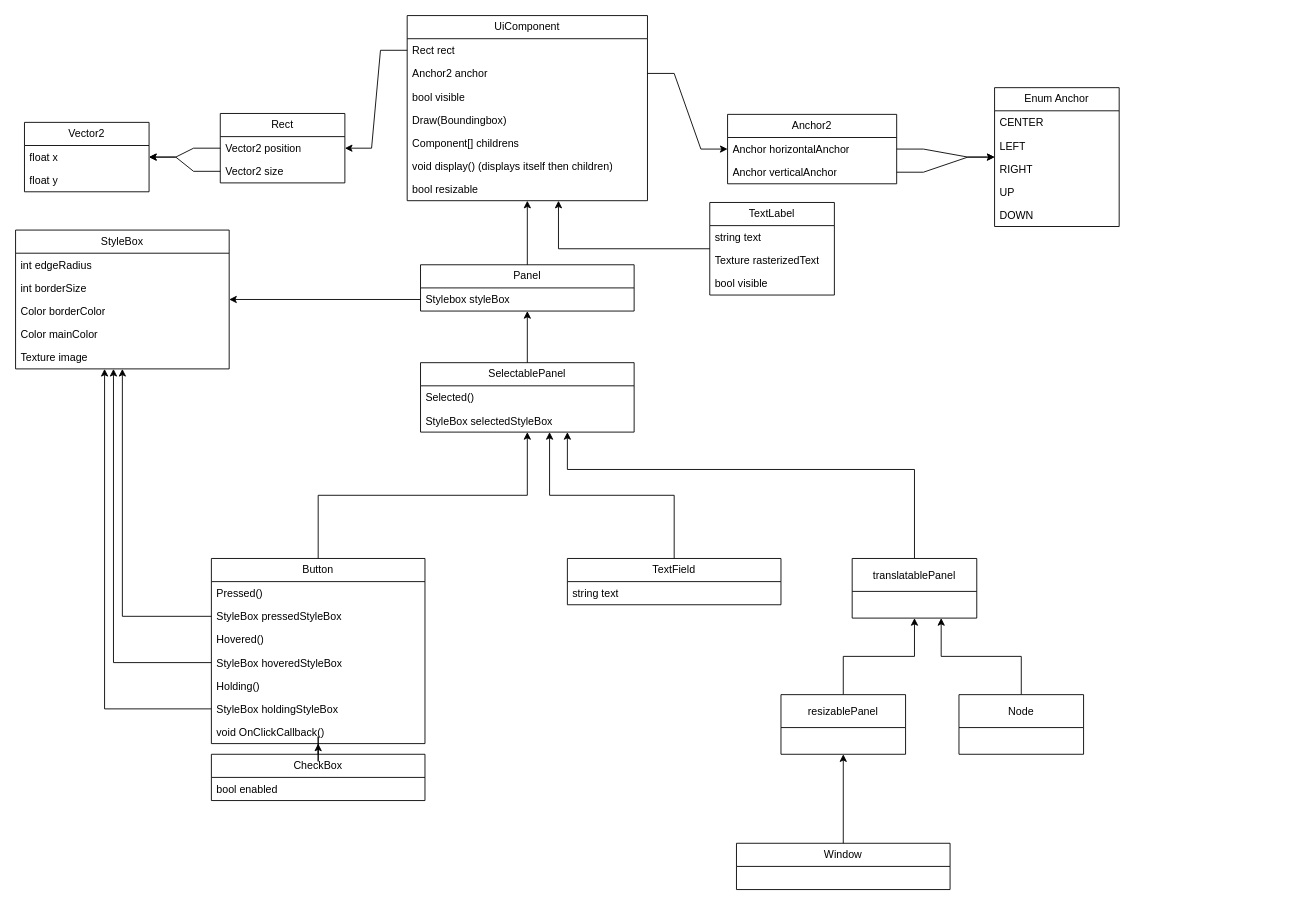
Earlier version of the draw.io diagram ui.drawio (RugiSerl/NativeUI). Source tidied: cells renumbered, new cells numbered last; positions are measured from the earlier drawing's top-left corner, leaving out a move shared by most shapes. Both pictures are drawn from the tidied source at 89%, with x=0, y=0 at pixel (15, 15).
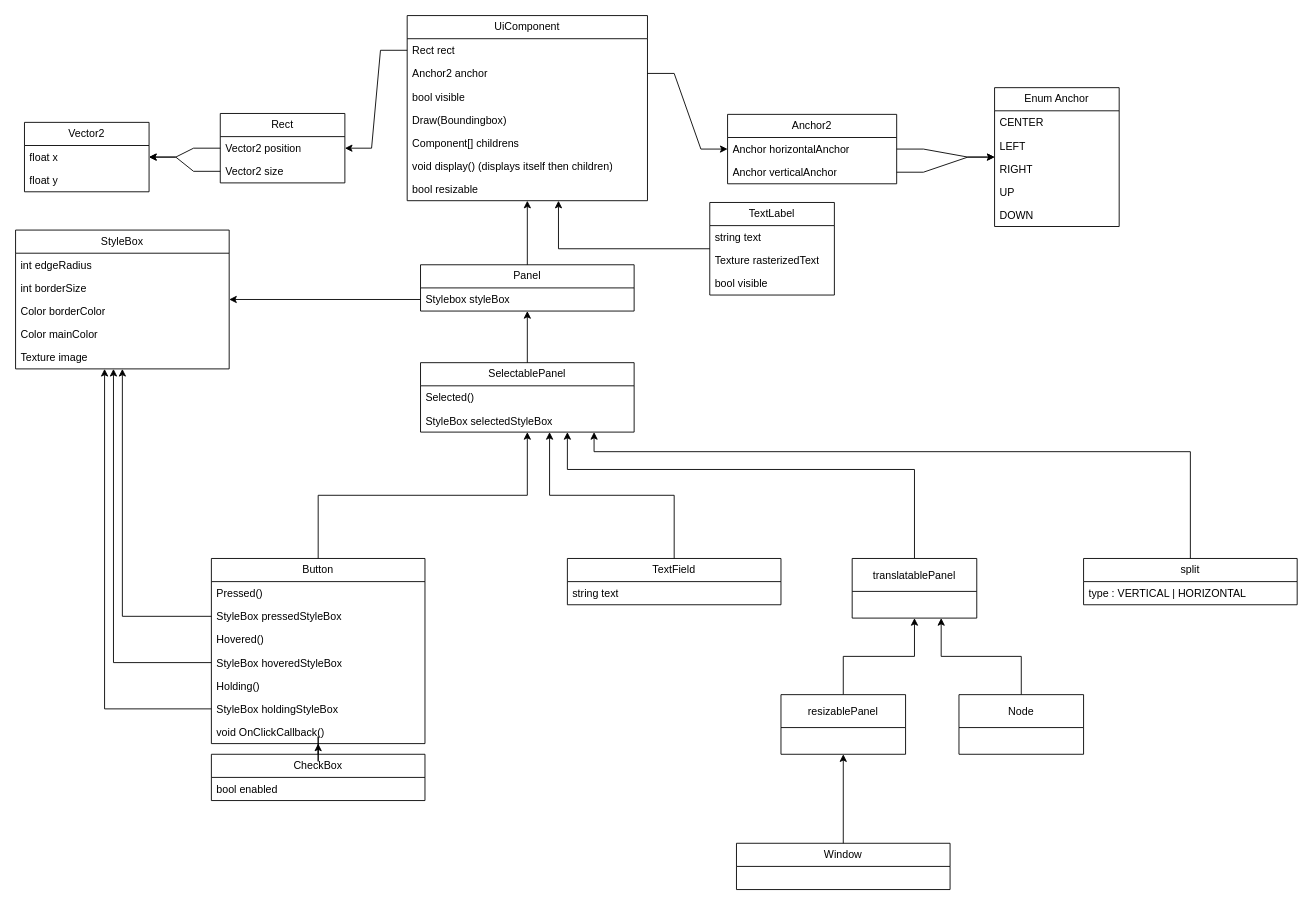
The same page after the edit.

Commit message (it also covers changes not shown here):
added split object (wip)

Unchanged cells that the change refers to:
```xml
<mxCell id="55" value="SelectablePanel" style="swimlane;fontStyle=0;horizontal=1;startSize=26;fillColor=none;whiteSpace=wrap;html=1;" parent="1" vertex="1">
  <mxGeometry x="455" y="390" width="240" height="78" as="geometry" />
</mxCell>
```

Diff of the diagram source:
```diff
@@
+    <mxCell id="76" style="edgeStyle=orthogonalEdgeStyle;html=1;rounded=0;" parent="1" edge="1" source="77" target="55">
+      <mxGeometry relative="1" as="geometry">
+        <Array as="points">
+          <mxPoint x="650" y="490" />
+        </Array>
+      </mxGeometry>
+    </mxCell>
+    <mxCell id="77" value="split" style="swimlane;fontStyle=0;horizontal=1;startSize=26;fillColor=none;whiteSpace=wrap;html=1;" parent="1" vertex="1">
+      <mxGeometry x="1200" y="610" width="240" height="52" as="geometry" />
+    </mxCell>
+    <mxCell id="78" value="type : VERTICAL | HORIZONTAL" style="text;strokeColor=none;fillColor=none;align=left;verticalAlign=top;spacingLeft=4;spacingRight=4;overflow=hidden;whiteSpace=wrap;html=1;" parent="77" vertex="1">
+      <mxGeometry y="26" width="240" height="26" as="geometry" />
+    </mxCell>
```
